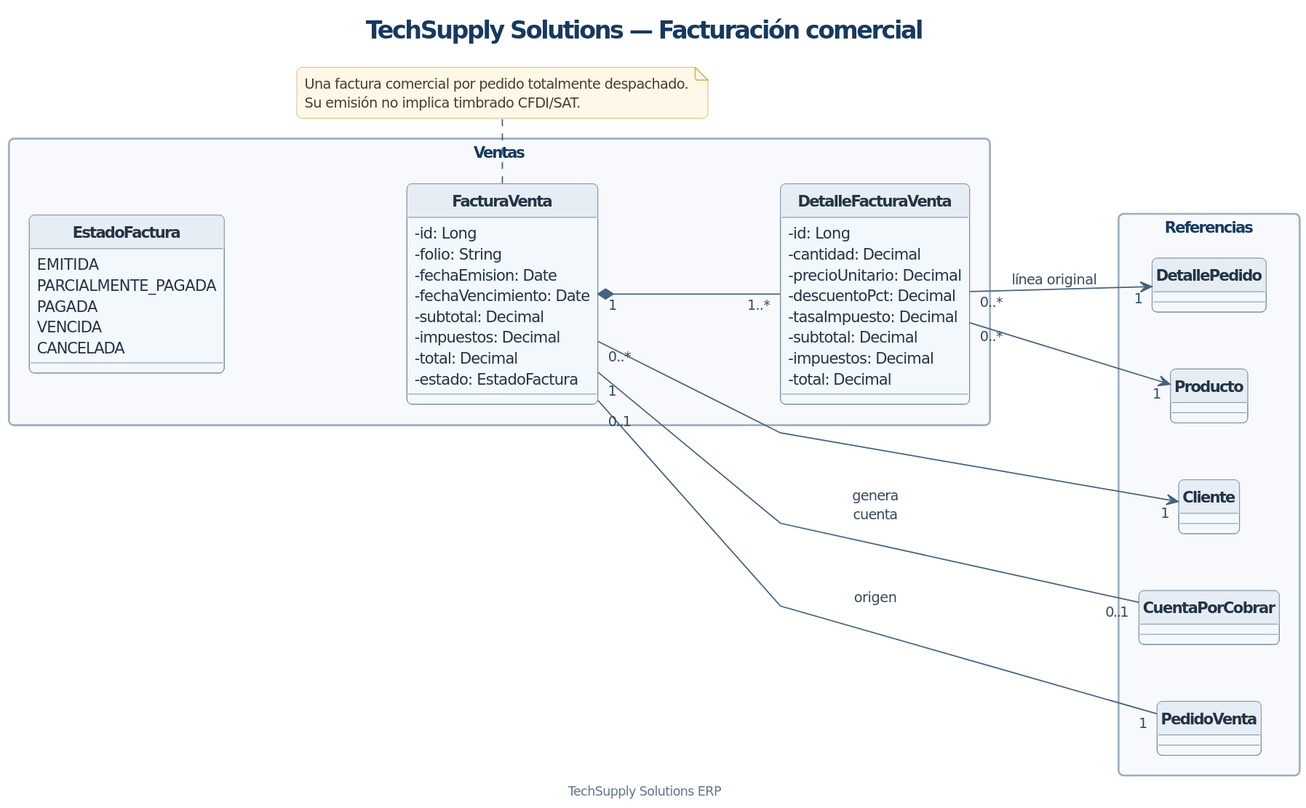
This is docs/diagramas-renderizados/clases/ERP_03c_Facturacion_Ventas.svg from PabloDV101/techsuply-erp, a PlantUML export, as it was before one commit. Its diagram source:
```plantuml
@startuml
!include ../_estilo.iuml
title TechSupply Solutions — Facturación comercial
left to right direction
hide circle
package "Ventas" {
  class FacturaVenta {
    -id: Long
    -folio: String
    -fechaEmision: Date
    -fechaVencimiento: Date
    -subtotal: Decimal
    -impuestos: Decimal
    -total: Decimal
    -estado: EstadoFactura
  }
  class DetalleFacturaVenta {
    -id: Long
    -cantidad: Decimal
    -precioUnitario: Decimal
    -descuentoPct: Decimal
    -tasaImpuesto: Decimal
    -subtotal: Decimal
    -impuestos: Decimal
    -total: Decimal
  }
  enum EstadoFactura {
    EMITIDA
    PARCIALMENTE_PAGADA
    PAGADA
    VENCIDA
    CANCELADA
  }
}
package "Referencias" {
  class PedidoVenta
  class DetallePedido
  class Producto
  class Cliente
  class CuentaPorCobrar
}
EstadoFactura -[hidden]-> FacturaVenta
PedidoVenta "1" -- "0..1" FacturaVenta : origen
FacturaVenta "1" *-- "1..*" DetalleFacturaVenta
DetalleFacturaVenta "0..*" --> "1" DetallePedido : línea original
DetalleFacturaVenta "0..*" --> "1" Producto
FacturaVenta "0..*" --> "1" Cliente
FacturaVenta "1" -- "0..1" CuentaPorCobrar : genera cuenta
note bottom of FacturaVenta
  Una factura comercial por pedido totalmente despachado.
  Su emisión no implica timbrado CFDI/SAT.
end note
@enduml
```
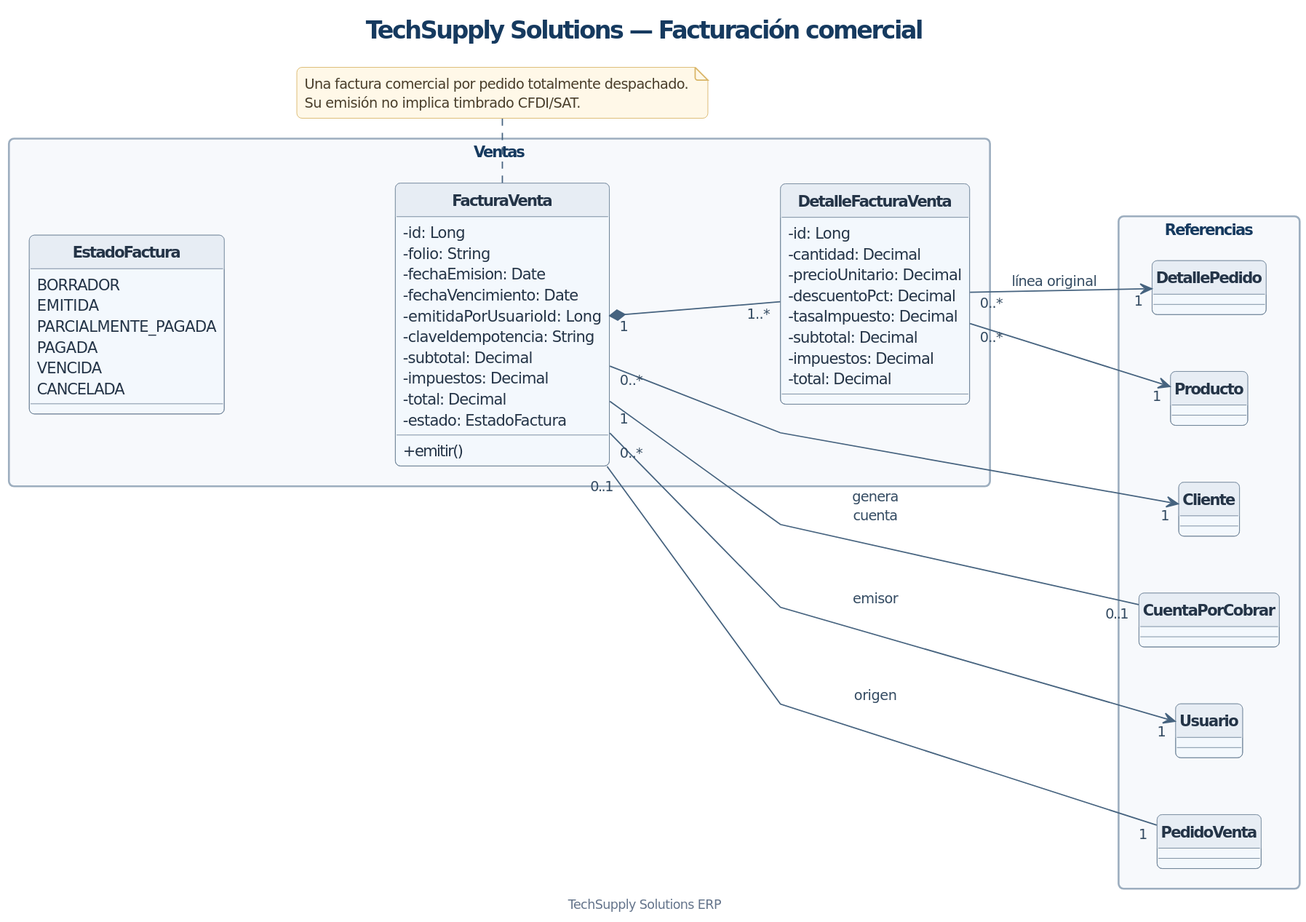
After the commit.

What changed in the source:
```diff
@@ -9,10 +9,13 @@
     -folio: String
     -fechaEmision: Date
     -fechaVencimiento: Date
+    -emitidaPorUsuarioId: Long
+    -claveIdempotencia: String
     -subtotal: Decimal
     -impuestos: Decimal
     -total: Decimal
     -estado: EstadoFactura
+    +emitir()
   }
   class DetalleFacturaVenta {
     -id: Long
@@ -25,6 +28,7 @@
     -total: Decimal
   }
   enum EstadoFactura {
+    BORRADOR
     EMITIDA
     PARCIALMENTE_PAGADA
     PAGADA
@@ -38,6 +42,7 @@
   class Producto
   class Cliente
   class CuentaPorCobrar
+  class Usuario
 }
 EstadoFactura -[hidden]-> FacturaVenta
 PedidoVenta "1" -- "0..1" FacturaVenta : origen
@@ -45,6 +50,7 @@
 DetalleFacturaVenta "0..*" --> "1" DetallePedido : línea original
 DetalleFacturaVenta "0..*" --> "1" Producto
 FacturaVenta "0..*" --> "1" Cliente
+FacturaVenta "0..*" --> "1" Usuario : emisor
 FacturaVenta "1" -- "0..1" CuentaPorCobrar : genera cuenta
 note bottom of FacturaVenta
   Una factura comercial por pedido totalmente despachado.
```
